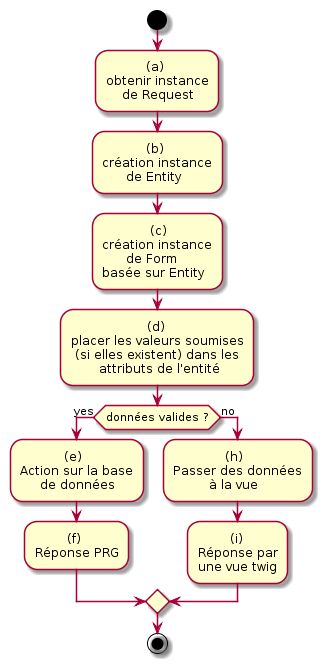
The PlantUML diagram docs/images/algo-form.png in ldv-melun/symfony, before a commit.
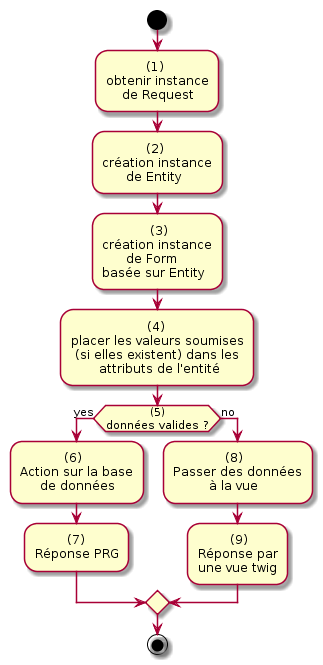
The same file after the commit.

What changed in the source:
```diff
@@ -1,15 +1,15 @@
 @startuml
 start
-:          (a)\nobtenir instance\n    de Request;
-:           (b)\ncréation instance\n      de Entity;
-:            (c)\ncréation instance\n      de Form\nbasée sur Entity;
-:                   (d)\nplacer les valeurs soumises\n (si elles existent) dans les\n       attributs de l'entité;
-if (données valides ?) then (yes)
-  :           (e)\nAction sur la base\n     de données;
-  :        (f)\nRéponse PRG;
+:          (1)\nobtenir instance\n    de Request;
+:           (2)\ncréation instance\n      de Entity;
+:            (3)\ncréation instance\n      de Form\nbasée sur Entity;
+:                   (4)\nplacer les valeurs soumises\n (si elles existent) dans les\n       attributs de l'entité;
+if (           (5)\ndonnées valides ?) then (yes)
+  :           (6)\nAction sur la base\n     de données;
+  :        (7)\nRéponse PRG;
 else (no)
-  :             (h)\nPasser des données\n         à la vue;
-  :        (i)\nRéponse par\nune vue twig;
+  :             (8)\nPasser des données\n         à la vue;
+  :        (9)\nRéponse par\nune vue twig;
 endif
 
 stop
```
